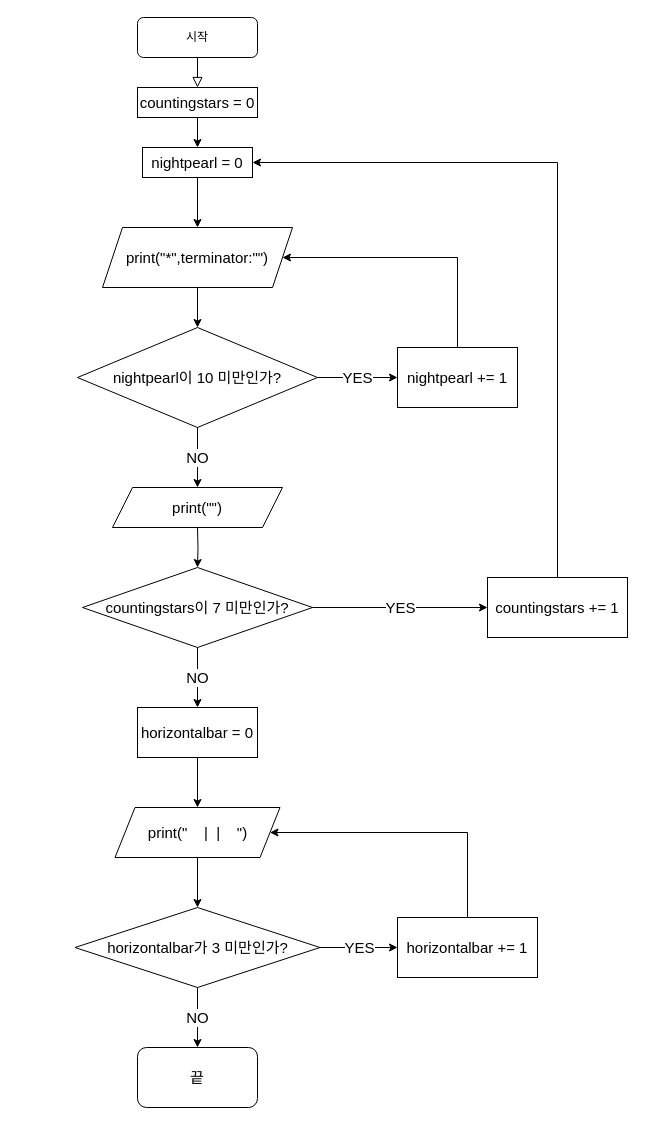
yagom-academy/swift-starter-Round1 keeps this draw.io diagram as flowchart_limkiwoong.drawio. Above is the earlier version. Source tidied: cells renumbered, new cells numbered last; positions are measured from the earlier drawing's top-left corner, leaving out a move shared by most shapes. Both pictures are drawn from the tidied source at 100%, with x=0, y=0 at pixel (75, 17).
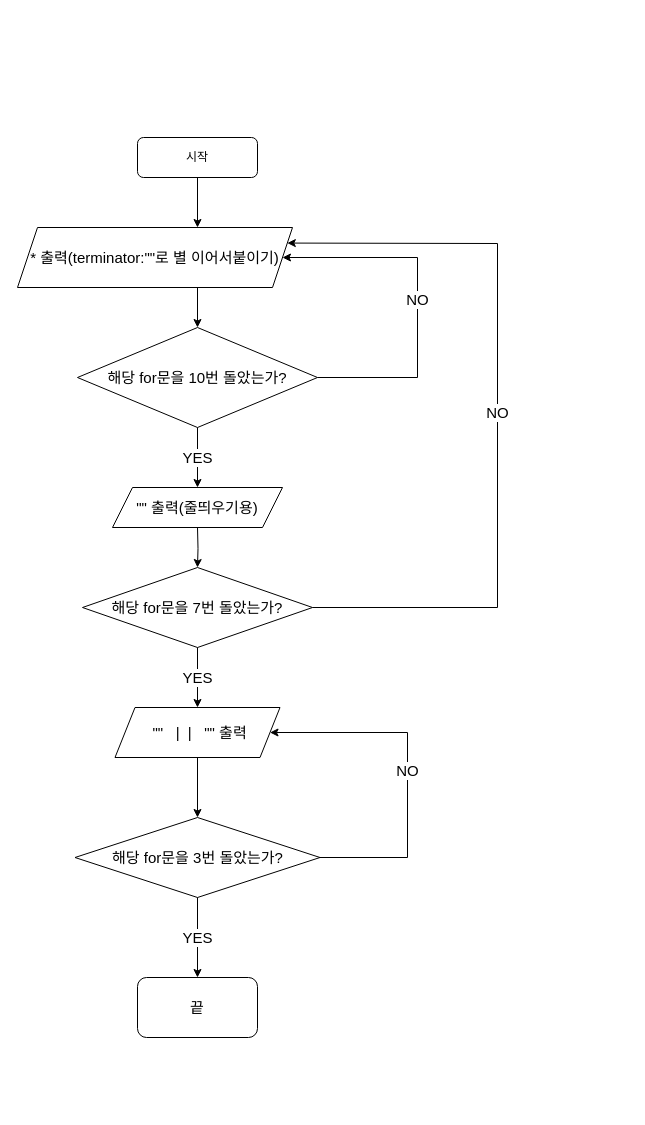
The same page after the edit.

Commit message (it also covers changes not shown here):
Step2.순서도 수정

What changed in the source:
```diff
@@
-    <mxCell id="2" style="rounded=0;html=1;jettySize=auto;fontSize=11;endArrow=block;endFill=0;endSize=8;strokeWidth=1;shadow=0;labelBackgroundColor=none;edgeStyle=orthogonalEdgeStyle;" parent="1" edge="1" source="3" target="5">
-      <mxGeometry relative="1" as="geometry" />
-    </mxCell>
     <mxCell id="3" value="시작" style="rounded=1;whiteSpace=wrap;html=1;fontSize=12;glass=0;strokeWidth=1;shadow=0;" parent="1" vertex="1">
-      <mxGeometry x="62" width="120" height="40" as="geometry" />
+      <mxGeometry x="62" y="120" width="120" height="40" as="geometry" />
     </mxCell>
-    <mxCell id="4" style="edgeStyle=orthogonalEdgeStyle;rounded=0;jettySize=auto;html=1;" parent="1" edge="1" source="5" target="18">
-      <mxGeometry relative="1" as="geometry" />
-    </mxCell>
-    <mxCell id="5" value="&lt;font style=&quot;font-size: 15px;&quot;&gt;countingstars = 0&lt;/font&gt;" style="rounded=0;whiteSpace=wrap;html=1;" parent="1" vertex="1">
-      <mxGeometry x="62" y="70" width="120" height="30" as="geometry" />
-    </mxCell>
@@
-    <mxCell id="7" value="nightpearl이 10 미만인가?" style="rhombus;whiteSpace=wrap;html=1;fontSize=15;" parent="1" vertex="1">
+    <mxCell id="7" value="해당 for문을 10번 돌았는가?" style="rhombus;whiteSpace=wrap;html=1;fontSize=15;" parent="1" vertex="1">
       <mxGeometry x="2" y="310" width="240" height="100" as="geometry" />
     </mxCell>
-    <mxCell id="8" value="NO&lt;br&gt;" style="endArrow=classic;html=1;rounded=0;fontSize=15;exitX=0.5;exitY=1;exitDx=0;exitDy=0;entryX=0.5;entryY=0;entryDx=0;entryDy=0;" parent="1" edge="1" source="7">
+    <mxCell id="8" value="YES" style="endArrow=classic;html=1;rounded=0;fontSize=15;exitX=0.5;exitY=1;exitDx=0;exitDy=0;entryX=0.5;entryY=0;entryDx=0;entryDy=0;" parent="1" edge="1" source="7">
       <mxGeometry relative="1" as="geometry">
         <mxPoint x="122" y="470" as="targetPoint" />
       </mxGeometry>
     </mxCell>
@@
-    <mxCell id="10" value="countingstars이 7 미만인가?" style="rhombus;whiteSpace=wrap;html=1;fontSize=15;" parent="1" vertex="1">
+    <mxCell id="10" value="해당 for문을 7번 돌았는가?" style="rhombus;whiteSpace=wrap;html=1;fontSize=15;" parent="1" vertex="1">
       <mxGeometry x="7" y="550" width="230" height="80" as="geometry" />
     </mxCell>
-    <mxCell id="11" value="YES" style="endArrow=classic;html=1;rounded=0;fontSize=15;exitX=1;exitY=0.5;exitDx=0;exitDy=0;entryX=0;entryY=0.5;entryDx=0;entryDy=0;" parent="1" edge="1" source="10" target="15">
-      <mxGeometry relative="1" as="geometry" />
+    <mxCell id="11" value="NO" style="endArrow=classic;html=1;rounded=0;fontSize=15;exitX=1;exitY=0.5;exitDx=0;exitDy=0;entryX=1;entryY=0.25;entryDx=0;entryDy=0;" parent="1" edge="1" source="10" target="20">
+      <mxGeometry relative="1" as="geometry">
+        <Array as="points">
+          <mxPoint x="422" y="590" />
+          <mxPoint x="422" y="226" />
+        </Array>
+      </mxGeometry>
     </mxCell>
-    <mxCell id="12" value="YES" style="endArrow=classic;html=1;rounded=0;fontSize=15;exitX=1;exitY=0.5;exitDx=0;exitDy=0;entryX=0;entryY=0.5;entryDx=0;entryDy=0;" parent="1" edge="1" source="7" target="13">
-      <mxGeometry relative="1" as="geometry" />
+    <mxCell id="12" value="NO" style="endArrow=classic;html=1;rounded=0;fontSize=15;exitX=1;exitY=0.5;exitDx=0;exitDy=0;entryX=1;entryY=0.5;entryDx=0;entryDy=0;" parent="1" edge="1" source="7" target="20">
+      <mxGeometry relative="1" as="geometry">
+        <Array as="points">
+          <mxPoint x="342" y="360" />
+          <mxPoint x="342" y="240" />
+        </Array>
+      </mxGeometry>
     </mxCell>
-    <mxCell id="13" value="nightpearl += 1" style="rounded=0;whiteSpace=wrap;html=1;fontSize=15;" parent="1" vertex="1">
-      <mxGeometry x="322" y="330" width="120" height="60" as="geometry" />
-    </mxCell>
-    <mxCell id="14" style="endArrow=classic;html=1;rounded=0;fontSize=15;exitX=0.5;exitY=0;exitDx=0;exitDy=0;entryX=1;entryY=0.5;entryDx=0;entryDy=0;" parent="1" edge="1" source="13" target="20">
-      <mxGeometry relative="1" as="geometry">
-        <Array as="points">
-          <mxPoint x="382" y="240" />
-        </Array>
-      </mxGeometry>
-    </mxCell>
-    <mxCell id="15" value="countingstars += 1" style="rounded=0;whiteSpace=wrap;html=1;fontSize=15;" parent="1" vertex="1">
-      <mxGeometry x="412" y="560" width="140" height="60" as="geometry" />
-    </mxCell>
-    <mxCell id="16" style="endArrow=classic;html=1;rounded=0;fontSize=15;exitX=0.5;exitY=0;exitDx=0;exitDy=0;entryX=1;entryY=0.5;entryDx=0;entryDy=0;" parent="1" edge="1" source="15" target="18">
-      <mxGeometry relative="1" as="geometry">
-        <Array as="points">
-          <mxPoint x="482" y="145" />
-        </Array>
-      </mxGeometry>
-    </mxCell>
-    <mxCell id="17" value="NO" style="endArrow=classic;html=1;rounded=0;fontSize=15;exitX=0.5;exitY=1;exitDx=0;exitDy=0;" parent="1" edge="1" source="10">
-      <mxGeometry relative="1" as="geometry">
-        <mxPoint x="122" y="690" as="targetPoint" />
-      </mxGeometry>
+    <mxCell id="17" value="YES" style="endArrow=classic;html=1;rounded=0;fontSize=15;exitX=0.5;exitY=1;exitDx=0;exitDy=0;entryX=0.5;entryY=0;entryDx=0;entryDy=0;" parent="1" edge="1" source="10" target="25">
+      <mxGeometry relative="1" as="geometry" />
     </mxCell>
-    <mxCell id="18" value="nightpearl = 0" style="rounded=0;whiteSpace=wrap;html=1;fontSize=15;" parent="1" vertex="1">
-      <mxGeometry x="67" y="130" width="110" height="30" as="geometry" />
-    </mxCell>
-    <mxCell id="19" style="endArrow=classic;html=1;rounded=0;fontSize=15;exitX=0.5;exitY=1;exitDx=0;exitDy=0;entryX=0.5;entryY=0;entryDx=0;entryDy=0;" parent="1" edge="1" source="18">
+    <mxCell id="19" style="endArrow=classic;html=1;rounded=0;fontSize=15;exitX=0.5;exitY=1;exitDx=0;exitDy=0;entryX=0.5;entryY=0;entryDx=0;entryDy=0;" parent="1" edge="1" source="3">
       <mxGeometry relative="1" as="geometry">
         <mxPoint x="122" y="210" as="targetPoint" />
       </mxGeometry>
     </mxCell>
-    <mxCell id="20" value="print(&quot;*&quot;,terminator:&quot;&quot;)" style="shape=parallelogram;perimeter=parallelogramPerimeter;whiteSpace=wrap;html=1;fixedSize=1;fontSize=15;" parent="1" vertex="1">
-      <mxGeometry x="27" y="210" width="190" height="60" as="geometry" />
+    <mxCell id="20" value="* 출력(terminator:&quot;&quot;로 별 이어서붙이기)" style="shape=parallelogram;perimeter=parallelogramPerimeter;whiteSpace=wrap;html=1;fixedSize=1;fontSize=15;" parent="1" vertex="1">
+      <mxGeometry x="-58" y="210" width="275" height="60" as="geometry" />
     </mxCell>
-    <mxCell id="21" value="print(&quot;&quot;)" style="shape=parallelogram;perimeter=parallelogramPerimeter;whiteSpace=wrap;html=1;fixedSize=1;fontSize=15;" parent="1" vertex="1">
+    <mxCell id="21" value="&quot;&quot; 출력(줄띄우기용)" style="shape=parallelogram;perimeter=parallelogramPerimeter;whiteSpace=wrap;html=1;fixedSize=1;fontSize=15;" parent="1" vertex="1">
       <mxGeometry x="37" y="470" width="170" height="40" as="geometry" />
     </mxCell>
-    <mxCell id="22" style="edgeStyle=orthogonalEdgeStyle;rounded=0;jettySize=auto;html=1;entryX=0.5;entryY=0;entryDx=0;entryDy=0;fontSize=15;" parent="1" edge="1" source="23" target="25">
-      <mxGeometry relative="1" as="geometry" />
-    </mxCell>
-    <mxCell id="23" value="horizontalbar = 0" style="rounded=0;whiteSpace=wrap;html=1;fontSize=15;" parent="1" vertex="1">
-      <mxGeometry x="62" y="690" width="120" height="50" as="geometry" />
-    </mxCell>
@@
-    <mxCell id="25" value="print(&quot;&amp;nbsp; &amp;nbsp; |&amp;nbsp; |&amp;nbsp; &amp;nbsp; &quot;)" style="shape=parallelogram;perimeter=parallelogramPerimeter;whiteSpace=wrap;html=1;fixedSize=1;fontSize=15;" parent="1" vertex="1">
-      <mxGeometry x="39.5" y="790" width="165" height="50" as="geometry" />
+    <mxCell id="25" value="&amp;nbsp;&quot;&quot;&amp;nbsp; &amp;nbsp;|&amp;nbsp; |&amp;nbsp; &amp;nbsp;&quot;&quot; 출력" style="shape=parallelogram;perimeter=parallelogramPerimeter;whiteSpace=wrap;html=1;fixedSize=1;fontSize=15;" parent="1" vertex="1">
+      <mxGeometry x="39.5" y="690" width="165" height="50" as="geometry" />
     </mxCell>
-    <mxCell id="26" value="horizontalbar가 3 미만인가?" style="rhombus;whiteSpace=wrap;html=1;fontSize=15;" parent="1" vertex="1">
-      <mxGeometry x="-0.5" y="890" width="245" height="80" as="geometry" />
+    <mxCell id="26" value="해당 for문을 3번 돌았는가?" style="rhombus;whiteSpace=wrap;html=1;fontSize=15;" parent="1" vertex="1">
+      <mxGeometry x="-0.5" y="800" width="245" height="80" as="geometry" />
     </mxCell>
-    <mxCell id="27" value="YES" style="endArrow=classic;html=1;rounded=0;fontSize=15;exitX=1;exitY=0.5;exitDx=0;exitDy=0;entryX=0;entryY=0.5;entryDx=0;entryDy=0;" parent="1" edge="1" source="26" target="28">
-      <mxGeometry relative="1" as="geometry" />
+    <mxCell id="27" value="NO" style="endArrow=classic;html=1;rounded=0;fontSize=15;exitX=1;exitY=0.5;exitDx=0;exitDy=0;entryX=1;entryY=0.5;entryDx=0;entryDy=0;" parent="1" edge="1" source="26" target="25">
+      <mxGeometry relative="1" as="geometry">
+        <Array as="points">
+          <mxPoint x="332" y="840" />
+          <mxPoint x="332" y="715" />
+        </Array>
+      </mxGeometry>
     </mxCell>
-    <mxCell id="28" value="horizontalbar += 1" style="rounded=0;whiteSpace=wrap;html=1;fontSize=15;" parent="1" vertex="1">
-      <mxGeometry x="322" y="900" width="140" height="60" as="geometry" />
-    </mxCell>
-    <mxCell id="29" style="endArrow=classic;html=1;rounded=0;fontSize=15;exitX=0.5;exitY=0;exitDx=0;exitDy=0;entryX=1;entryY=0.5;entryDx=0;entryDy=0;" parent="1" edge="1" source="28" target="25">
-      <mxGeometry relative="1" as="geometry">
-        <Array as="points">
-          <mxPoint x="392" y="815" />
-        </Array>
-      </mxGeometry>
-    </mxCell>
-    <mxCell id="30" value="NO" style="endArrow=classic;html=1;rounded=0;fontSize=15;exitX=0.5;exitY=1;exitDx=0;exitDy=0;" parent="1" edge="1" source="26">
-      <mxGeometry relative="1" as="geometry">
-        <mxPoint x="122" y="1030" as="targetPoint" />
-      </mxGeometry>
+    <mxCell id="30" value="YES" style="endArrow=classic;html=1;rounded=0;fontSize=15;exitX=0.5;exitY=1;exitDx=0;exitDy=0;entryX=0.5;entryY=0;entryDx=0;entryDy=0;" parent="1" edge="1" source="26" target="31">
+      <mxGeometry relative="1" as="geometry" />
     </mxCell>
     <mxCell id="31" value="끝" style="rounded=1;whiteSpace=wrap;html=1;fontSize=15;" parent="1" vertex="1">
-      <mxGeometry x="62" y="1030" width="120" height="60" as="geometry" />
+      <mxGeometry x="62" y="960" width="120" height="60" as="geometry" />
     </mxCell>
```
